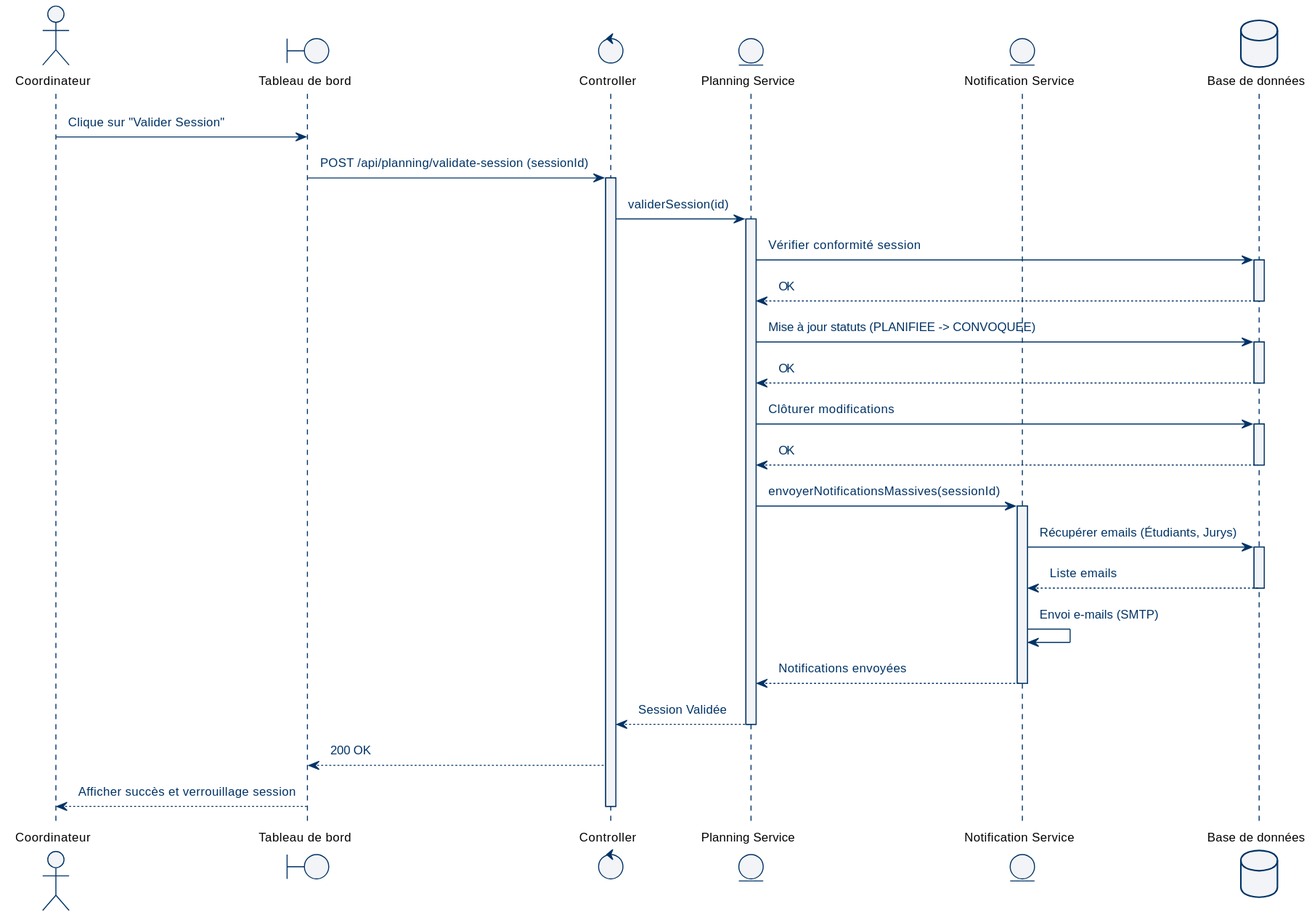
This is docs/diagrams/svg/seq_validate_planning.svg from abdelaziz-ebourki/system-gestion-soutenance, a PlantUML export, as it was before one commit.
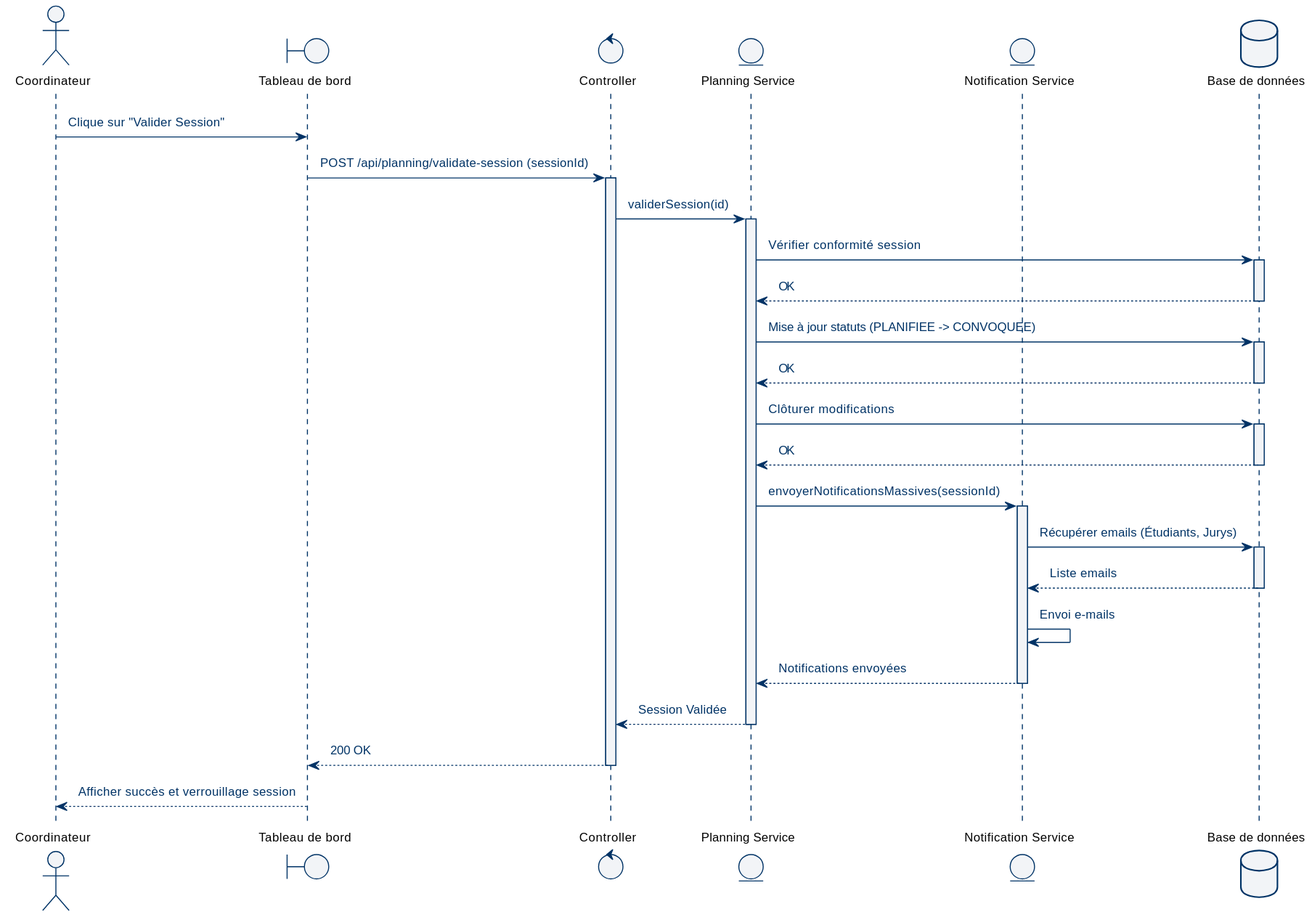
The same diagram one commit later.

Change to the diagram source:
```diff
@@ -36,7 +36,7 @@
 activate DB
 DB --> Notify : Liste emails
 deactivate DB
-Notify -> Notify : Envoi e-mails (SMTP)
+Notify -> Notify : Envoi e-mails
 Notify --> Service : Notifications envoyées
 deactivate Notify
 
@@ -44,6 +44,7 @@
 deactivate Service
 
 Controller --> Front : 200 OK
+deactivate Controller
+
 Front --> Coord : Afficher succès et verrouillage session
-deactivate Controller
 @enduml
```
